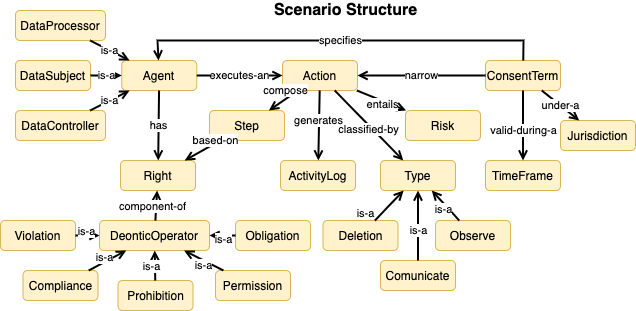
The draw.io diagram img/Scenario_Structure.png in phalves/GoDReP, before a commit. Source tidied: cells renumbered, new cells last; positions are measured from the earlier drawing's top-left corner, leaving out a move shared by most shapes.
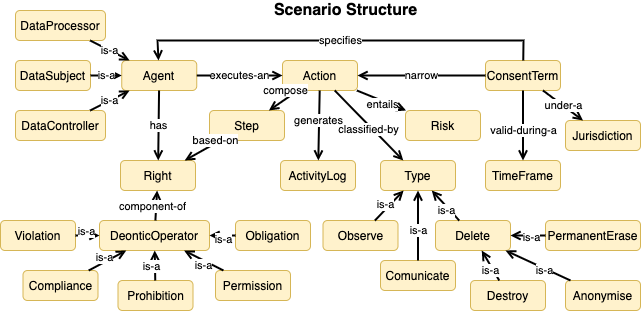
Above is the later version.

Diff of the diagram source:
```diff
@@ -15,7 +15,7 @@
       <mxGeometry x="485" y="160" width="75" height="30" as="geometry" />
     </mxCell>
     <mxCell id="6" value="Jurisdiction" style="rounded=1;whiteSpace=wrap;html=1;fillColor=#fff2cc;strokeColor=#d6b656;" parent="1" vertex="1">
-      <mxGeometry x="560" y="120" width="75" height="30" as="geometry" />
+      <mxGeometry x="565" y="120" width="75" height="30" as="geometry" />
     </mxCell>
     <mxCell id="7" value="Agent" style="rounded=1;whiteSpace=wrap;html=1;fillColor=#fff2cc;strokeColor=#d6b656;" parent="1" vertex="1">
       <mxGeometry x="121.2" y="60" width="75" height="30" as="geometry" />
@@ -123,19 +123,17 @@
         <mxPoint y="-1" as="offset" />
       </mxGeometry>
     </mxCell>
-    <mxCell id="40" value="Deletion" style="rounded=1;whiteSpace=wrap;html=1;fillColor=#fff2cc;strokeColor=#d6b656;" parent="1" vertex="1">
-      <mxGeometry x="322.5" y="220" width="75" height="30" as="geometry" />
+    <mxCell id="40" value="Delete" style="rounded=1;whiteSpace=wrap;html=1;fillColor=#fff2cc;strokeColor=#d6b656;" parent="1" vertex="1">
+      <mxGeometry x="435" y="220" width="75" height="30" as="geometry" />
     </mxCell>
     <mxCell id="41" value="Observe" style="rounded=1;whiteSpace=wrap;html=1;fillColor=#fff2cc;strokeColor=#d6b656;" parent="1" vertex="1">
-      <mxGeometry x="435" y="220" width="75" height="30" as="geometry" />
+      <mxGeometry x="322.5" y="220" width="75" height="30" as="geometry" />
     </mxCell>
     <mxCell id="42" value="Comunicate" style="rounded=1;whiteSpace=wrap;html=1;fillColor=#fff2cc;strokeColor=#d6b656;" parent="1" vertex="1">
       <mxGeometry x="380" y="260" width="75" height="30" as="geometry" />
     </mxCell>
     <mxCell id="43" value="is-a" style="edgeStyle=none;rounded=0;jettySize=auto;html=1;endArrow=open;endFill=0;strokeWidth=2;" parent="1" edge="1" source="40" target="38">
-      <mxGeometry x="-1" y="12" relative="1" as="geometry">
-        <mxPoint x="-1" y="1" as="offset" />
-      </mxGeometry>
+      <mxGeometry x="-0.23" y="2" relative="1" as="geometry" />
     </mxCell>
     <mxCell id="44" value="is-a" style="edgeStyle=none;rounded=0;jettySize=auto;html=1;endArrow=open;endFill=0;strokeWidth=2;" parent="1" edge="1" source="41" target="38">
       <mxGeometry x="-0.08" y="4" relative="1" as="geometry" />
@@ -149,5 +147,23 @@
     <mxCell id="47" value="generates" style="edgeStyle=none;rounded=0;jettySize=auto;html=1;endArrow=open;endFill=0;strokeWidth=2;" parent="1" edge="1" source="2" target="46">
       <mxGeometry x="-0.14" y="-1" relative="1" as="geometry" />
     </mxCell>
+    <mxCell id="48" value="PermanentErase" style="rounded=1;whiteSpace=wrap;html=1;fillColor=#fff2cc;strokeColor=#d6b656;" parent="1" vertex="1">
+      <mxGeometry x="545" y="220" width="95" height="30" as="geometry" />
+    </mxCell>
+    <mxCell id="49" value="Anonymise" style="rounded=1;whiteSpace=wrap;html=1;fillColor=#fff2cc;strokeColor=#d6b656;" parent="1" vertex="1">
+      <mxGeometry x="565" y="280" width="75" height="30" as="geometry" />
+    </mxCell>
+    <mxCell id="50" value="Destroy" style="rounded=1;whiteSpace=wrap;html=1;fillColor=#fff2cc;strokeColor=#d6b656;" parent="1" vertex="1">
+      <mxGeometry x="470" y="280" width="75" height="30" as="geometry" />
+    </mxCell>
+    <mxCell id="51" value="is-a" style="edgeStyle=none;rounded=0;jettySize=auto;html=1;endArrow=open;endFill=0;strokeWidth=2;" parent="1" edge="1" source="48" target="40">
+      <mxGeometry x="-0.23" y="2" relative="1" as="geometry" />
+    </mxCell>
+    <mxCell id="52" value="is-a" style="edgeStyle=none;rounded=0;jettySize=auto;html=1;endArrow=open;endFill=0;strokeWidth=2;" parent="1" edge="1" source="49" target="40">
+      <mxGeometry x="-0.23" y="2" relative="1" as="geometry" />
+    </mxCell>
+    <mxCell id="53" value="is-a" style="edgeStyle=none;rounded=0;jettySize=auto;html=1;endArrow=open;endFill=0;strokeWidth=2;" parent="1" edge="1" source="50" target="40">
+      <mxGeometry x="-0.23" y="2" relative="1" as="geometry" />
+    </mxCell>
   </root>
 </mxGraphModel>
```
